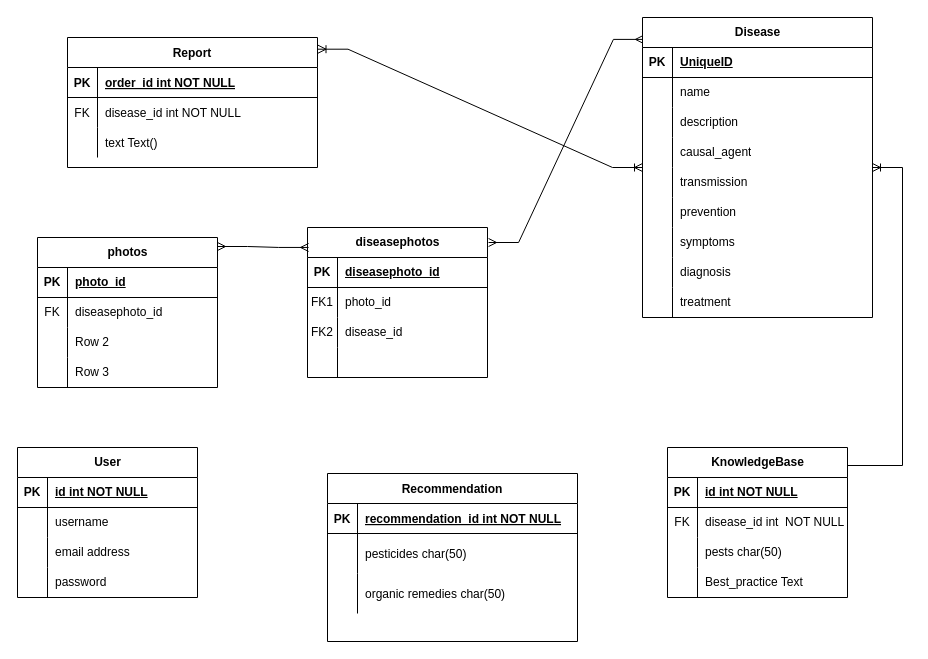
XpertBotTeam/CpertBotAgriTech_Backend keeps this draw.io diagram as Untitled Diagram.drawio. Above is the earlier version. Source tidied: cells renumbered, new cells numbered last; positions are measured from the earlier drawing's top-left corner, leaving out a move shared by most shapes. Both pictures are drawn from the tidied source at 100%, with x=0, y=0 at pixel (17, 17).
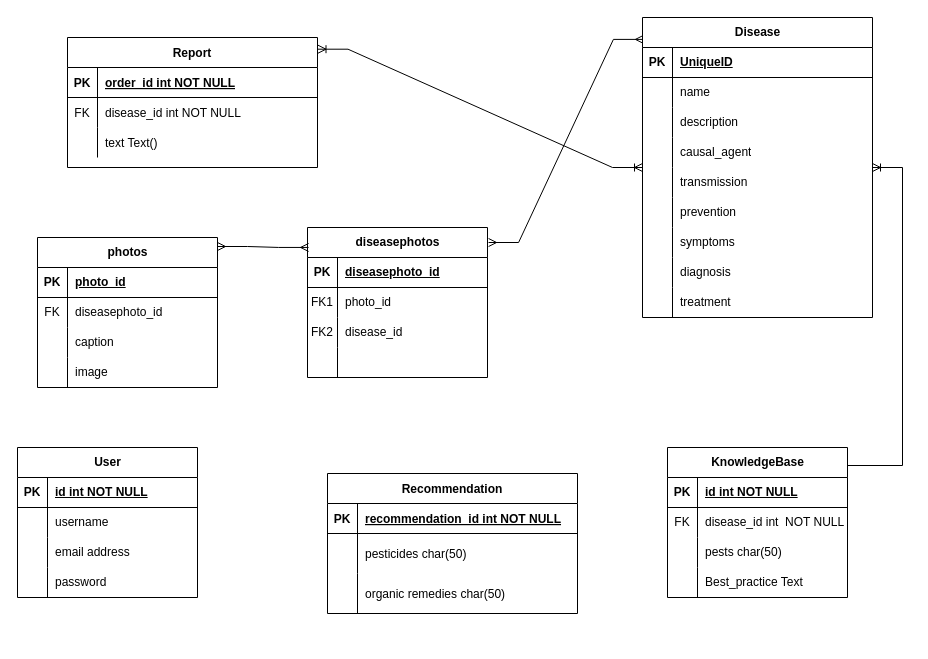
The same diagram, later.

Unchanged cells that the change refers to:
```xml
<mxCell id="57" style="shape=tableRow;horizontal=0;startSize=0;swimlaneHead=0;swimlaneBody=0;fillColor=none;top=0;left=0;right=0;bottom=0;" parent="50" vertex="1">
  <mxGeometry y="90" width="180" height="30" as="geometry" />
</mxCell>
<mxCell id="60" style="shape=tableRow;horizontal=0;startSize=0;swimlaneHead=0;swimlaneBody=0;fillColor=none;top=0;left=0;right=0;bottom=0;" parent="50" vertex="1">
  <mxGeometry y="120" width="180" height="30" as="geometry" />
</mxCell>
```

Diff of the diagram source:
```diff
@@
     <mxCell id="12" value="Recommendation" style="shape=table;startSize=30;childLayout=tableLayout;rowLines=0;fontStyle=1;align=center;swimlaneFillColor=default;" parent="1" vertex="1">
-      <mxGeometry x="310" y="456" width="250" height="168" as="geometry" />
+      <mxGeometry x="310" y="456" width="250" height="140" as="geometry" />
     </mxCell>
@@
-    <mxCell id="59" value="Row 2" style="shape=partialRectangle;fillColor=none;top=0;left=0;bottom=0;right=0;align=left;spacingLeft=6;overflow=hidden;whiteSpace=wrap;html=1;" parent="57" vertex="1">
+    <mxCell id="59" value="caption&amp;nbsp;" style="shape=partialRectangle;fillColor=none;top=0;left=0;bottom=0;right=0;align=left;spacingLeft=6;overflow=hidden;whiteSpace=wrap;html=1;" parent="57" vertex="1">
       <mxGeometry x="30" width="150" height="30" as="geometry" />
     </mxCell>
@@
-    <mxCell id="62" value="Row 3" style="shape=partialRectangle;fillColor=none;top=0;left=0;bottom=0;right=0;align=left;spacingLeft=6;overflow=hidden;whiteSpace=wrap;html=1;" parent="60" vertex="1">
+    <mxCell id="62" value="image" style="shape=partialRectangle;fillColor=none;top=0;left=0;bottom=0;right=0;align=left;spacingLeft=6;overflow=hidden;whiteSpace=wrap;html=1;" parent="60" vertex="1">
       <mxGeometry x="30" width="150" height="30" as="geometry" />
     </mxCell>
```
